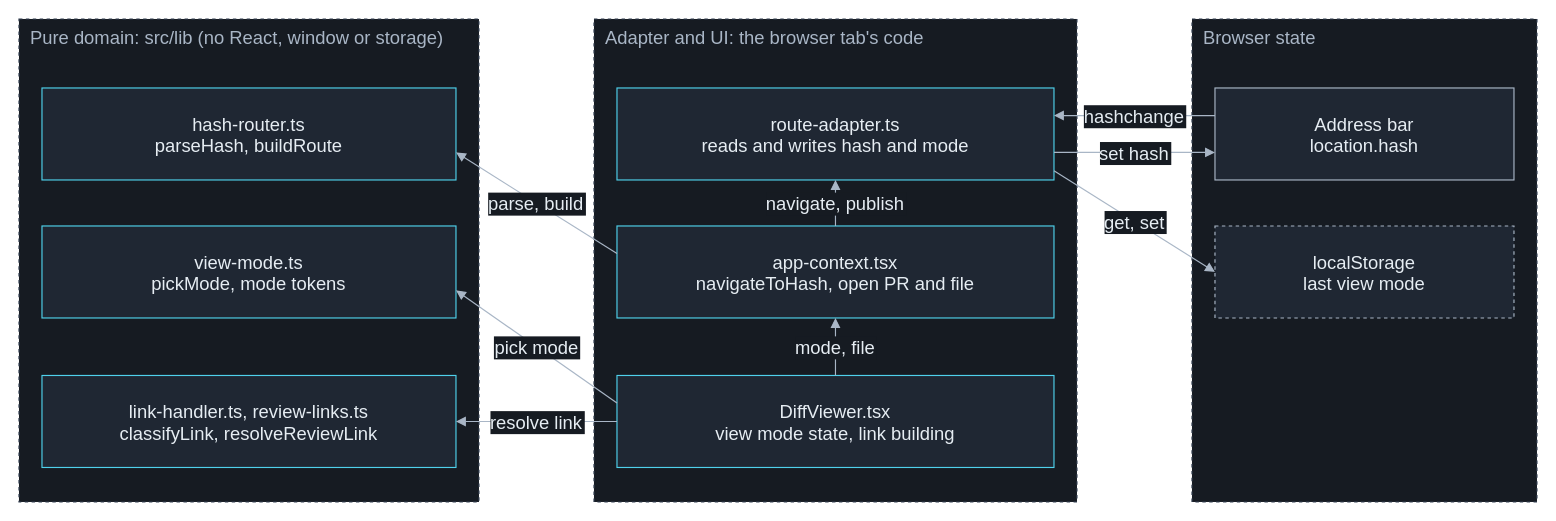
Above: docs/assets/diagrams/l2-links-routing.drawio in mardoc-app/mardoc-app.github.io (draw.io), before the change. Source tidied: cells renumbered, new cells numbered last; positions are measured from the earlier drawing's top-left corner, leaving out a move shared by most shapes. Both pictures are drawn from the tidied source at 115%, with x=0, y=0 at pixel (18, 18).
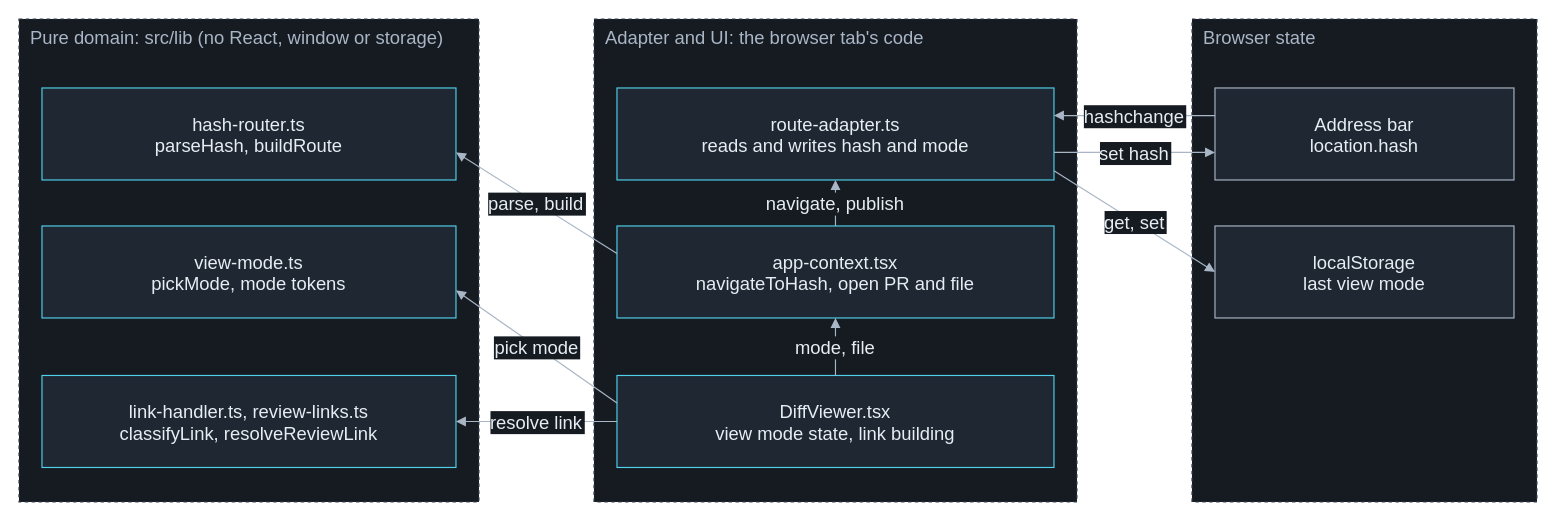
The same page after the edit.

The edit, as a diff of the source:
```diff
@@
-    <mxCell id="12" value="localStorage&#10;last view mode" style="rounded=0;html=0;fillColor=#1f2733;strokeColor=#a9b6c6;fontColor=#e6edf3;fontSize=16;dashed=1;" parent="1" vertex="1">
+    <mxCell id="12" value="localStorage&#10;last view mode" style="rounded=0;html=0;fillColor=#1f2733;strokeColor=#a9b6c6;fontColor=#e6edf3;fontSize=16;" parent="1" vertex="1">
       <mxGeometry x="1040" y="180" width="260" height="80" as="geometry" />
     </mxCell>
```
